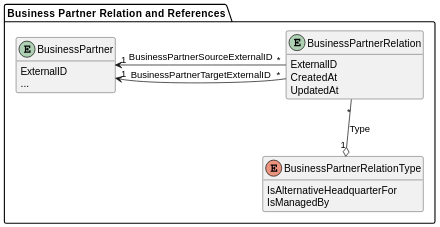
catenax-eV/catenax-ev.github.io keeps this PlantUML diagram as docs/standards/CX-0074-BusinessPartnerGateAPI/assets/diagrams/class/business-partner-relation.svg. Above is the earlier version. Source of this version:
```plantuml
@startuml
skinparam dpi 50

package "Business Partner Relation and References" {
  entity BusinessPartner {
    ExternalID
    ...
  }

  entity BusinessPartnerRelation {
    ExternalID
    CreatedAt
    UpdatedAt
  }




  enum BusinessPartnerRelationType {
    IsAlternativeHeadquarterFor
    IsManagedBy
  }

  BusinessPartnerRelation "*" -l-> "1" BusinessPartner : BusinessPartnerSourceExternalID
  BusinessPartnerRelation "*" -l-> "1" BusinessPartner : BusinessPartnerTargetExternalID
  BusinessPartnerRelation "*" -d-o "1" BusinessPartnerRelationType : Type

}

hide methods
hide BusinessPartnerRelation methods
@enduml
```
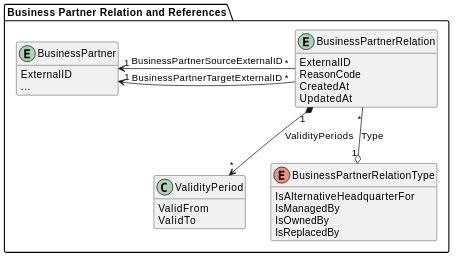
Later version of the same file.

Diff of the diagram source:
```diff
@@ -9,22 +9,27 @@
 
   entity BusinessPartnerRelation {
     ExternalID
+    ReasonCode
     CreatedAt
     UpdatedAt
   }
 
-
-
+  class ValidityPeriod {
+    ValidFrom
+    ValidTo
+  }
 
   enum BusinessPartnerRelationType {
     IsAlternativeHeadquarterFor
     IsManagedBy
+    IsOwnedBy
+    IsReplacedBy
   }
 
   BusinessPartnerRelation "*" -l-> "1" BusinessPartner : BusinessPartnerSourceExternalID
   BusinessPartnerRelation "*" -l-> "1" BusinessPartner : BusinessPartnerTargetExternalID
   BusinessPartnerRelation "*" -d-o "1" BusinessPartnerRelationType : Type
-
+  BusinessPartnerRelation "1" *-d-> "*" ValidityPeriod : ValidityPeriods
 }
 
 hide methods
```
